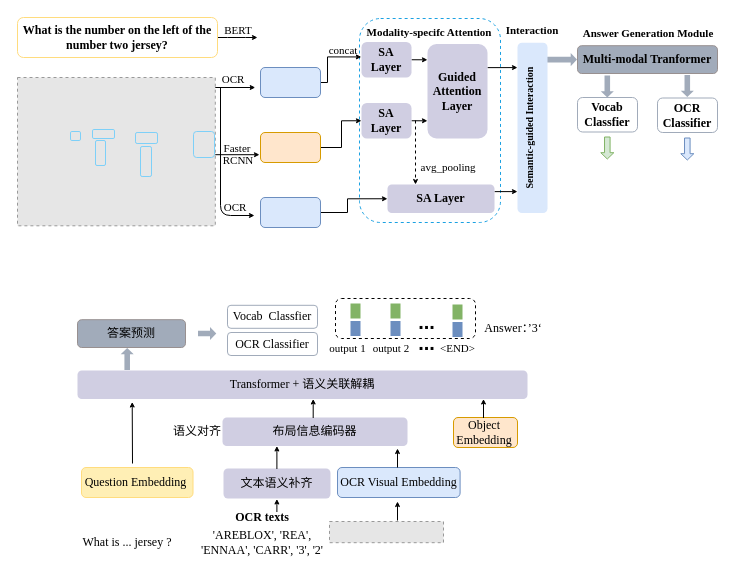
This is 第二个工作大致框图.drawio from B-matchlsr/awesome-python-cn, a draw.io file, before an edit. Source tidied: cells renumbered, new cells numbered last; positions are measured from the earlier drawing's top-left corner, leaving out a move shared by most shapes. Both pictures are drawn from the tidied source at 100%, with x=0, y=0 at pixel (17, 17). Pictures stored in the file or linked from it are replaced by grey dashed boxes.
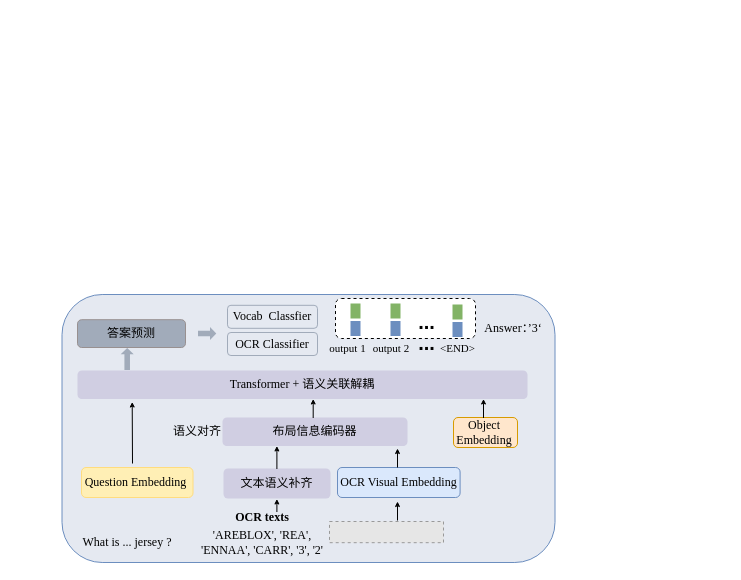
After the change.

Commit message:
更新第二个工作大致框图.drawio

Diff of the diagram source:
```diff
@@
-    <mxCell id="2" style="shape=flexArrow;endArrow=classic;html=1;rounded=1;fontFamily=Helvetica;fontSize=12;fontColor=default;endSize=1.7666666666666666;endWidth=6.512345679012345;width=5.555555555555555;startSize=5;fillColor=#a1abba;strokeColor=none;entryX=0;entryY=0.5;entryDx=0;entryDy=0;" parent="1" edge="1" target="18">
-      <mxGeometry relative="1" as="geometry">
-        <mxPoint x="519.8" y="42.1" as="sourcePoint" />
-      </mxGeometry>
-    </mxCell>
-    <mxCell id="3" style="rounded=1;whiteSpace=wrap;html=1;strokeColor=#1ba1e2;fontFamily=Helvetica;fontSize=12;fontColor=default;fillColor=none;dashed=1;" parent="1" vertex="1">
-      <mxGeometry x="342" y="1" width="141" height="204" as="geometry" />
-    </mxCell>
-    <mxCell id="4" value="&lt;font face=&quot;Times New Roman&quot;&gt;&lt;span style=&quot;font-size: 11px;&quot;&gt;OCR&lt;/span&gt;&lt;/font&gt;" style="text;html=1;strokeColor=none;fillColor=none;align=center;verticalAlign=middle;whiteSpace=wrap;rounded=1;" parent="1" vertex="1">
-      <mxGeometry x="196" y="52" width="40" height="20" as="geometry" />
-    </mxCell>
-    <mxCell id="5" style="edgeStyle=orthogonalEdgeStyle;rounded=0;jettySize=auto;html=1;exitX=1;exitY=0.5;exitDx=0;exitDy=0;entryX=0;entryY=0.5;entryDx=0;entryDy=0;endSize=3;" parent="1" edge="1" source="6" target="41">
-      <mxGeometry relative="1" as="geometry">
-        <Array as="points">
-          <mxPoint x="324" y="130" />
-          <mxPoint x="324" y="103" />
-        </Array>
-      </mxGeometry>
-    </mxCell>
-    <mxCell id="6" style="rounded=1;whiteSpace=wrap;html=1;fillColor=#ffe6cc;strokeColor=#d79b00;fillStyle=auto;" parent="1" vertex="1">
-      <mxGeometry x="243" y="115" width="60" height="30" as="geometry" />
-    </mxCell>
-    <mxCell id="7" value="&lt;font face=&quot;Times New Roman&quot;&gt;&lt;span style=&quot;font-size: 11px;&quot;&gt;Faster&lt;br&gt;&lt;/span&gt;&lt;/font&gt;" style="text;html=1;strokeColor=none;fillColor=none;align=center;verticalAlign=middle;whiteSpace=wrap;rounded=1;" parent="1" vertex="1">
-      <mxGeometry x="205" y="121" width="30" height="20" as="geometry" />
-    </mxCell>
-    <mxCell id="8" value="&lt;font face=&quot;Times New Roman&quot;&gt;&lt;span style=&quot;font-size: 11px;&quot;&gt;RCNN&lt;br&gt;&lt;/span&gt;&lt;/font&gt;" style="text;html=1;strokeColor=none;fillColor=none;align=center;verticalAlign=middle;whiteSpace=wrap;rounded=1;" parent="1" vertex="1">
-      <mxGeometry x="206" y="133" width="30" height="20" as="geometry" />
-    </mxCell>
-    <mxCell id="9" style="edgeStyle=orthogonalEdgeStyle;rounded=1;jettySize=auto;html=1;endSize=3;" parent="1" edge="1" source="21">
-      <mxGeometry relative="1" as="geometry">
-        <mxPoint x="240" y="20" as="targetPoint" />
-      </mxGeometry>
-    </mxCell>
-    <mxCell id="10" style="edgeStyle=orthogonalEdgeStyle;rounded=1;orthogonalLoop=1;jettySize=auto;html=1;endSize=3;" parent="1" edge="1">
-      <mxGeometry relative="1" as="geometry">
-        <mxPoint x="195.9" y="137.2" as="sourcePoint" />
-        <mxPoint x="242" y="137.2" as="targetPoint" />
-      </mxGeometry>
-    </mxCell>
-    <mxCell id="11" value="&lt;font face=&quot;Times New Roman&quot;&gt;&lt;span style=&quot;font-size: 11px;&quot;&gt;BERT&lt;br&gt;&lt;/span&gt;&lt;/font&gt;" style="text;html=1;strokeColor=none;fillColor=none;align=center;verticalAlign=middle;whiteSpace=wrap;rounded=1;" parent="1" vertex="1">
-      <mxGeometry x="206" y="3" width="30" height="20" as="geometry" />
-    </mxCell>
-    <mxCell id="12" style="edgeStyle=orthogonalEdgeStyle;rounded=0;jettySize=auto;html=1;exitX=1;exitY=0.5;exitDx=0;exitDy=0;entryX=-0.003;entryY=0.421;entryDx=0;entryDy=0;entryPerimeter=0;endSize=3;" parent="1" edge="1" source="13" target="17">
-      <mxGeometry relative="1" as="geometry">
-        <Array as="points">
-          <mxPoint x="310" y="65" />
-          <mxPoint x="310" y="39" />
-        </Array>
-      </mxGeometry>
-    </mxCell>
-    <mxCell id="13" value="&lt;p&gt;&lt;br&gt;&lt;/p&gt;" style="rounded=1;whiteSpace=wrap;html=1;fillColor=#dae8fc;strokeColor=#6c8ebf;fillStyle=auto;" parent="1" vertex="1">
-      <mxGeometry x="243" y="50" width="60" height="30" as="geometry" />
-    </mxCell>
-    <mxCell id="14" style="edgeStyle=orthogonalEdgeStyle;jettySize=auto;html=1;exitX=1;exitY=0.5;exitDx=0;exitDy=0;endSize=3;rounded=0;entryX=0;entryY=0.5;entryDx=0;entryDy=0;" parent="1" edge="1" source="15" target="43">
-      <mxGeometry relative="1" as="geometry">
-        <Array as="points">
-          <mxPoint x="330" y="195" />
-          <mxPoint x="330" y="181" />
-        </Array>
-      </mxGeometry>
-    </mxCell>
-    <mxCell id="15" style="rounded=1;whiteSpace=wrap;html=1;fillColor=#dae8fc;strokeColor=#6c8ebf;fillStyle=auto;" parent="1" vertex="1">
-      <mxGeometry x="243" y="180" width="60" height="30" as="geometry" />
-    </mxCell>
-    <mxCell id="16" style="edgeStyle=orthogonalEdgeStyle;rounded=1;jettySize=auto;html=1;exitX=1;exitY=0.5;exitDx=0;exitDy=0;entryX=0;entryY=0.168;entryDx=0;entryDy=0;entryPerimeter=0;strokeWidth=1;endSize=3;" parent="1" edge="1" source="17" target="39">
-      <mxGeometry relative="1" as="geometry" />
-    </mxCell>
-    <mxCell id="17" value="&lt;font face=&quot;Times New Roman&quot;&gt;&lt;b&gt;SA Layer&lt;/b&gt;&lt;/font&gt;" style="rounded=1;whiteSpace=wrap;html=1;strokeColor=none;fontFamily=Helvetica;fontSize=12;fillColor=#d0cee2;align=center;" parent="1" vertex="1">
-      <mxGeometry x="344" y="24.5" width="50" height="35.5" as="geometry" />
-    </mxCell>
-    <mxCell id="18" value="&lt;font face=&quot;Times New Roman&quot;&gt;&lt;b&gt;Multi-modal Tranformer&lt;/b&gt;&lt;/font&gt;" style="rounded=1;whiteSpace=wrap;html=1;strokeColor=#989090;fontFamily=Helvetica;fontSize=12;fontColor=default;fillColor=#A1ABBA;align=center;" parent="1" vertex="1">
-      <mxGeometry x="560" y="28.2" width="140" height="27.8" as="geometry" />
-    </mxCell>
-    <mxCell id="19" style="rounded=1;whiteSpace=wrap;html=1;strokeColor=none;fontFamily=Helvetica;fontSize=12;fillColor=#dae8fc;" parent="1" vertex="1">
-      <mxGeometry x="500" y="25.2" width="30" height="170.3" as="geometry" />
-    </mxCell>
+    <mxCell id="100" style="rounded=1;whiteSpace=wrap;html=1;fillColor=#e5e9f1;strokeColor=#6c8ebf;fillStyle=auto;" parent="1" vertex="1">
+      <mxGeometry x="44.5" y="277" width="493" height="268" as="geometry" />
+    </mxCell>
@@
-    <mxCell id="21" value="&lt;p style=&quot;margin-top: 0pt; margin-bottom: 0pt; margin-left: 0in; direction: ltr; unicode-bidi: embed; word-break: normal;&quot;&gt;&lt;font face=&quot;Times New Roman&quot;&gt;&lt;b&gt;What is the number on the left of the&lt;br&gt;number two jersey?&lt;/b&gt;&lt;/font&gt;&lt;/p&gt;" style="rounded=1;whiteSpace=wrap;html=1;strokeColor=#ffdc7e;fontFamily=Helvetica;fontSize=12;fontColor=default;fillColor=none;" parent="1" vertex="1">
-      <mxGeometry width="200" height="40" as="geometry" />
-    </mxCell>
-    <mxCell id="22" style="group;rounded=1;" parent="1" vertex="1">
-      <mxGeometry y="60" width="241.9" height="148.3" as="geometry" />
-    </mxCell>
-    <mxCell id="23" style="fillColor=#E6E6E6;strokeColor=#999999;dashed=1;verticalLabelPosition=bottom;labelBackgroundColor=default;verticalAlign=top;" parent="22" vertex="1">
-      <mxGeometry width="197.8" height="148.3" as="geometry" />
-    </mxCell>
-    <mxCell id="24" style="rounded=1;whiteSpace=wrap;html=1;strokeColor=#7ed0f8;fontFamily=Helvetica;fontSize=12;fontColor=default;fillColor=none;strokeWidth=1;" parent="22" vertex="1">
-      <mxGeometry x="53" y="54" width="10" height="9" as="geometry" />
-    </mxCell>
-    <mxCell id="25" style="rounded=1;whiteSpace=wrap;html=1;strokeColor=#7ed0f8;fontFamily=Helvetica;fontSize=12;fontColor=default;fillColor=none;strokeWidth=1;" parent="22" vertex="1">
-      <mxGeometry x="78" y="63" width="10" height="25" as="geometry" />
-    </mxCell>
-    <mxCell id="26" style="rounded=1;whiteSpace=wrap;html=1;strokeColor=#7ed0f8;fontFamily=Helvetica;fontSize=12;fontColor=default;fillColor=none;strokeWidth=1;" parent="22" vertex="1">
-      <mxGeometry x="75" y="52" width="22" height="9" as="geometry" />
-    </mxCell>
-    <mxCell id="27" style="rounded=1;whiteSpace=wrap;html=1;strokeColor=#7ed0f8;fontFamily=Helvetica;fontSize=12;fontColor=default;fillColor=none;strokeWidth=1;" parent="22" vertex="1">
-      <mxGeometry x="118" y="55" width="22" height="11" as="geometry" />
-    </mxCell>
-    <mxCell id="28" style="rounded=1;whiteSpace=wrap;html=1;strokeColor=#7ed0f8;fontFamily=Helvetica;fontSize=12;fontColor=default;fillColor=none;strokeWidth=1;" parent="22" vertex="1">
-      <mxGeometry x="123" y="69" width="11" height="30" as="geometry" />
-    </mxCell>
-    <mxCell id="29" style="rounded=1;whiteSpace=wrap;html=1;strokeColor=#7ed0f8;fontFamily=Helvetica;fontSize=12;fontColor=default;fillColor=none;strokeWidth=1;" parent="22" vertex="1">
-      <mxGeometry x="176" y="54" width="21" height="26" as="geometry" />
-    </mxCell>
-    <mxCell id="30" style="endArrow=classic;html=1;rounded=1;endSize=3;" parent="22" edge="1">
-      <mxGeometry relative="1" as="geometry">
-        <mxPoint x="197.8" y="10" as="sourcePoint" />
-        <mxPoint x="237.8" y="10" as="targetPoint" />
-      </mxGeometry>
-    </mxCell>
-    <mxCell id="31" style="edgeStyle=elbowEdgeStyle;elbow=vertical;endArrow=classic;html=1;curved=0;rounded=1;endSize=3;startSize=6;exitX=0.25;exitY=1;exitDx=0;exitDy=0;" parent="1" edge="1">
-      <mxGeometry relative="1" as="geometry">
-        <mxPoint x="203" y="70" as="sourcePoint" />
-        <mxPoint x="237" y="198" as="targetPoint" />
-        <Array as="points">
-          <mxPoint x="197" y="198" />
-        </Array>
-      </mxGeometry>
-    </mxCell>
-    <mxCell id="32" value="&lt;font face=&quot;Times New Roman&quot;&gt;&lt;span style=&quot;font-size: 11px;&quot;&gt;OCR&lt;/span&gt;&lt;/font&gt;" style="text;html=1;strokeColor=none;fillColor=none;align=center;verticalAlign=middle;whiteSpace=wrap;rounded=1;" parent="1" vertex="1">
-      <mxGeometry x="197.9" y="180.3" width="40" height="20" as="geometry" />
-    </mxCell>
-    <mxCell id="33" style="edgeStyle=orthogonalEdgeStyle;rounded=1;orthogonalLoop=1;jettySize=auto;html=1;exitX=0.5;exitY=1;exitDx=0;exitDy=0;" parent="1" edge="1" source="3" target="3">
-      <mxGeometry relative="1" as="geometry" />
-    </mxCell>
-    <mxCell id="34" style="edgeStyle=orthogonalEdgeStyle;rounded=1;orthogonalLoop=1;jettySize=auto;html=1;exitX=0.5;exitY=1;exitDx=0;exitDy=0;" parent="1" edge="1" source="3" target="3">
-      <mxGeometry relative="1" as="geometry" />
-    </mxCell>
-    <mxCell id="35" value="&lt;font face=&quot;Times New Roman&quot;&gt;&lt;span style=&quot;font-size: 11px;&quot;&gt;avg_pooling&lt;/span&gt;&lt;/font&gt;" style="text;html=1;strokeColor=none;fillColor=none;align=center;verticalAlign=middle;whiteSpace=wrap;rounded=1;" parent="1" vertex="1">
-      <mxGeometry x="396" y="140" width="70" height="20" as="geometry" />
-    </mxCell>
-    <mxCell id="36" value="&lt;font face=&quot;Times New Roman&quot;&gt;&lt;span style=&quot;font-size: 11px;&quot;&gt;&lt;b&gt;Modality-specifc Attention&lt;/b&gt;&lt;/span&gt;&lt;/font&gt;" style="text;html=1;strokeColor=none;fillColor=none;align=center;verticalAlign=middle;whiteSpace=wrap;rounded=1;" parent="1" vertex="1">
-      <mxGeometry x="337" y="4.5" width="150" height="20" as="geometry" />
-    </mxCell>
-    <mxCell id="37" value="&lt;font face=&quot;Times New Roman&quot;&gt;&lt;span style=&quot;font-size: 11px;&quot;&gt;concat&lt;/span&gt;&lt;/font&gt;" style="text;html=1;strokeColor=none;fillColor=none;align=center;verticalAlign=middle;whiteSpace=wrap;rounded=1;" parent="1" vertex="1">
-      <mxGeometry x="310" y="30" width="32" height="6.5" as="geometry" />
-    </mxCell>
-    <mxCell id="38" style="edgeStyle=orthogonalEdgeStyle;rounded=1;jettySize=auto;html=1;exitX=1;exitY=0.25;exitDx=0;exitDy=0;endSize=3;" parent="1" edge="1" source="39">
-      <mxGeometry relative="1" as="geometry">
-        <mxPoint x="500" y="50" as="targetPoint" />
-      </mxGeometry>
-    </mxCell>
-    <mxCell id="39" value="&lt;font face=&quot;Times New Roman&quot;&gt;&lt;b&gt;Guided&lt;br&gt;Attention Layer&lt;/b&gt;&lt;/font&gt;" style="rounded=1;whiteSpace=wrap;html=1;strokeColor=none;fontFamily=Helvetica;fontSize=12;fillColor=#d0cee2;align=center;" parent="1" vertex="1">
-      <mxGeometry x="410" y="26.5" width="60" height="94.5" as="geometry" />
-    </mxCell>
-    <mxCell id="40" style="edgeStyle=orthogonalEdgeStyle;rounded=1;jettySize=auto;html=1;exitX=1;exitY=0.5;exitDx=0;exitDy=0;entryX=0;entryY=0.812;entryDx=0;entryDy=0;entryPerimeter=0;endSize=3;" parent="1" edge="1" source="41" target="39">
-      <mxGeometry relative="1" as="geometry" />
-    </mxCell>
-    <mxCell id="41" value="&lt;font face=&quot;Times New Roman&quot;&gt;&lt;b&gt;SA Layer&lt;/b&gt;&lt;/font&gt;" style="rounded=1;whiteSpace=wrap;html=1;strokeColor=none;fontFamily=Helvetica;fontSize=12;fillColor=#d0cee2;align=center;" parent="1" vertex="1">
-      <mxGeometry x="344" y="85.5" width="50" height="35.5" as="geometry" />
-    </mxCell>
-    <mxCell id="42" style="edgeStyle=orthogonalEdgeStyle;rounded=1;jettySize=auto;html=1;exitX=1;exitY=0.25;exitDx=0;exitDy=0;entryX=0.134;entryY=0;entryDx=0;entryDy=0;entryPerimeter=0;endSize=3;" parent="1" edge="1" source="43" target="45">
-      <mxGeometry relative="1" as="geometry" />
-    </mxCell>
-    <mxCell id="43" value="&lt;font face=&quot;Times New Roman&quot;&gt;&lt;b&gt;SA Layer&lt;/b&gt;&lt;/font&gt;" style="rounded=1;whiteSpace=wrap;html=1;strokeColor=none;fontFamily=Helvetica;fontSize=12;fillColor=#d0cee2;align=center;" parent="1" vertex="1">
-      <mxGeometry x="370" y="167" width="107" height="28.5" as="geometry" />
-    </mxCell>
-    <mxCell id="44" style="endArrow=classic;html=1;rounded=1;endSize=3;dashed=1;" parent="1" edge="1">
-      <mxGeometry relative="1" as="geometry">
-        <mxPoint x="398" y="103" as="sourcePoint" />
-        <mxPoint x="398" y="167" as="targetPoint" />
-      </mxGeometry>
-    </mxCell>
-    <mxCell id="45" value="&lt;font size=&quot;1&quot; style=&quot;&quot; face=&quot;Times New Roman&quot;&gt;&lt;b&gt;Semantic-guided Interaction&lt;/b&gt;&lt;/font&gt;" style="text;html=1;strokeColor=none;fillColor=none;align=center;verticalAlign=middle;whiteSpace=wrap;rounded=1;rotation=270;" parent="1" vertex="1">
-      <mxGeometry x="425.4" y="98" width="173.8" height="24.6" as="geometry" />
-    </mxCell>
-    <mxCell id="46" value="&lt;font face=&quot;Times New Roman&quot;&gt;&lt;span style=&quot;font-size: 11px;&quot;&gt;&lt;b&gt;Interaction&lt;/b&gt;&lt;/span&gt;&lt;/font&gt;" style="text;html=1;strokeColor=none;fillColor=none;align=center;verticalAlign=middle;whiteSpace=wrap;rounded=1;" parent="1" vertex="1">
-      <mxGeometry x="480" y="3" width="70" height="20" as="geometry" />
-    </mxCell>
-    <mxCell id="47" value="&lt;font face=&quot;Times New Roman&quot;&gt;&lt;b&gt;Vocab&lt;br&gt;Classfier&lt;br&gt;&lt;/b&gt;&lt;/font&gt;" style="rounded=1;whiteSpace=wrap;html=1;strokeColor=#a1abba;fontFamily=Helvetica;fontSize=12;fillColor=none;align=center;" parent="1" vertex="1">
-      <mxGeometry x="560" y="80" width="60" height="34.5" as="geometry" />
-    </mxCell>
-    <mxCell id="48" value="&lt;font face=&quot;Times New Roman&quot;&gt;&lt;b&gt;OCR&lt;br&gt;Classifier&lt;br&gt;&lt;/b&gt;&lt;/font&gt;" style="rounded=1;whiteSpace=wrap;html=1;strokeColor=#a1abba;fontFamily=Helvetica;fontSize=12;fillColor=none;align=center;" parent="1" vertex="1">
-      <mxGeometry x="640" y="80.5" width="60" height="34.5" as="geometry" />
-    </mxCell>
-    <mxCell id="49" style="shape=flexArrow;endArrow=classic;html=1;rounded=0;fontFamily=Helvetica;fontSize=12;fontColor=default;endSize=1.7666666666666666;endWidth=6.512345679012345;width=5.555555555555555;startSize=5;fillColor=#a1abba;strokeColor=none;" parent="1" edge="1">
-      <mxGeometry relative="1" as="geometry">
-        <mxPoint x="589.8" y="57.5" as="sourcePoint" />
-        <mxPoint x="589.8" y="80.5" as="targetPoint" />
-      </mxGeometry>
-    </mxCell>
-    <mxCell id="50" style="shape=flexArrow;endArrow=classic;html=1;rounded=0;fontFamily=Helvetica;fontSize=12;fontColor=default;endSize=1.7666666666666666;endWidth=6.512345679012345;width=5.555555555555555;startSize=5;fillColor=#a1abba;strokeColor=none;" parent="1" edge="1">
-      <mxGeometry relative="1" as="geometry">
-        <mxPoint x="669.8" y="57" as="sourcePoint" />
-        <mxPoint x="669.8" y="80" as="targetPoint" />
-      </mxGeometry>
-    </mxCell>
-    <mxCell id="51" style="shape=flexArrow;endArrow=classic;html=1;rounded=0;fontFamily=Helvetica;fontSize=12;fontColor=default;endSize=1.7666666666666666;endWidth=6.512345679012345;width=5.555555555555555;startSize=5;fillColor=#d5e8d4;strokeColor=#82b366;" parent="1" edge="1">
-      <mxGeometry relative="1" as="geometry">
-        <mxPoint x="589.8" y="119" as="sourcePoint" />
-        <mxPoint x="589.8" y="142" as="targetPoint" />
-      </mxGeometry>
-    </mxCell>
-    <mxCell id="52" style="shape=flexArrow;endArrow=classic;html=1;rounded=0;fontFamily=Helvetica;fontSize=12;fontColor=default;endSize=1.7666666666666666;endWidth=6.512345679012345;width=5.555555555555555;startSize=5;fillColor=#dae8fc;strokeColor=#6c8ebf;" parent="1" edge="1">
-      <mxGeometry relative="1" as="geometry">
-        <mxPoint x="669.8" y="120" as="sourcePoint" />
-        <mxPoint x="669.8" y="143" as="targetPoint" />
-      </mxGeometry>
-    </mxCell>
-    <mxCell id="53" value="&lt;font face=&quot;Times New Roman&quot;&gt;&lt;span style=&quot;font-size: 11px;&quot;&gt;&lt;b&gt;Answer Generation Module&lt;/b&gt;&lt;/span&gt;&lt;/font&gt;" style="text;html=1;strokeColor=none;fillColor=none;align=center;verticalAlign=middle;whiteSpace=wrap;rounded=1;" parent="1" vertex="1">
-      <mxGeometry x="556" y="5.5" width="150" height="20" as="geometry" />
-    </mxCell>
```
